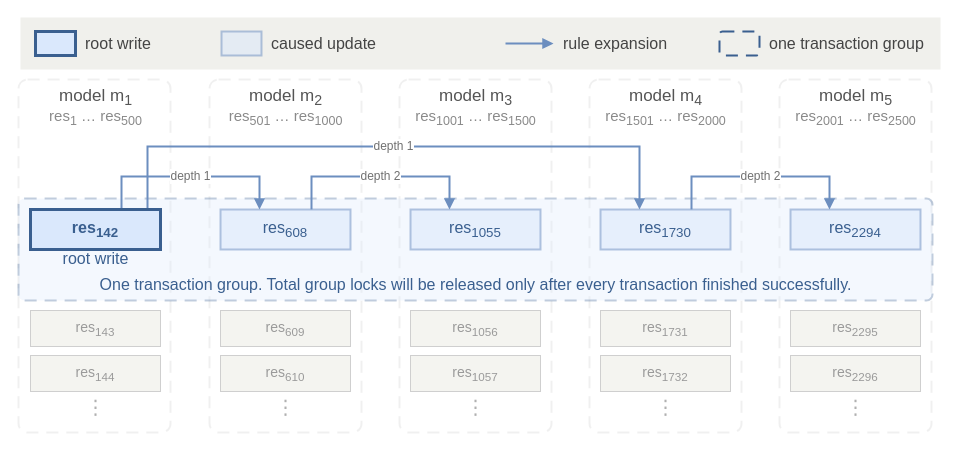
This is figures/fig-cpr-expansion-acid.drawio from mililika/bachelor-thesis-tum-acid-base-adaptivity, a draw.io file, before an edit. Source tidied: cells renumbered, new cells numbered last; positions are measured from the earlier drawing's top-left corner, leaving out a move shared by most shapes. Both pictures are drawn from the tidied source at 100%, with x=0, y=0 at pixel (18, 17).
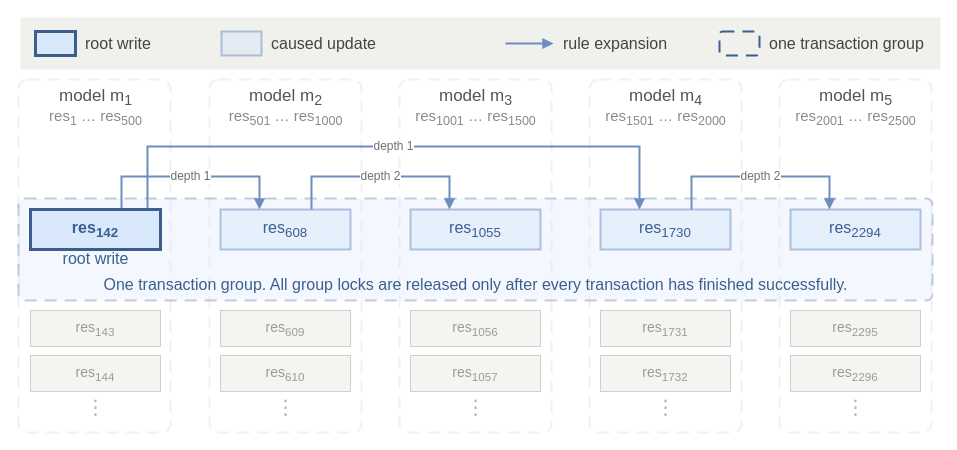
Above is the later version.

The edit, as a diff of the source:
```diff
@@
-    <mxCell id="17" value="One transaction group. Total group locks will be released only after every transaction finished successfully." style="text;html=1;align=center;verticalAlign=middle;fontSize=16;fontFamily=Helvetica;fontColor=#3a5f8f;fontStyle=0;" parent="1" vertex="1">
+    <mxCell id="17" value="One transaction group. All group locks are released only after every transaction has finished successfully." style="text;html=1;align=center;verticalAlign=middle;fontSize=16;fontFamily=Helvetica;fontColor=#3a5f8f;fontStyle=0;" parent="1" vertex="1">
       <mxGeometry y="255" width="914" height="24" as="geometry" />
     </mxCell>
```
